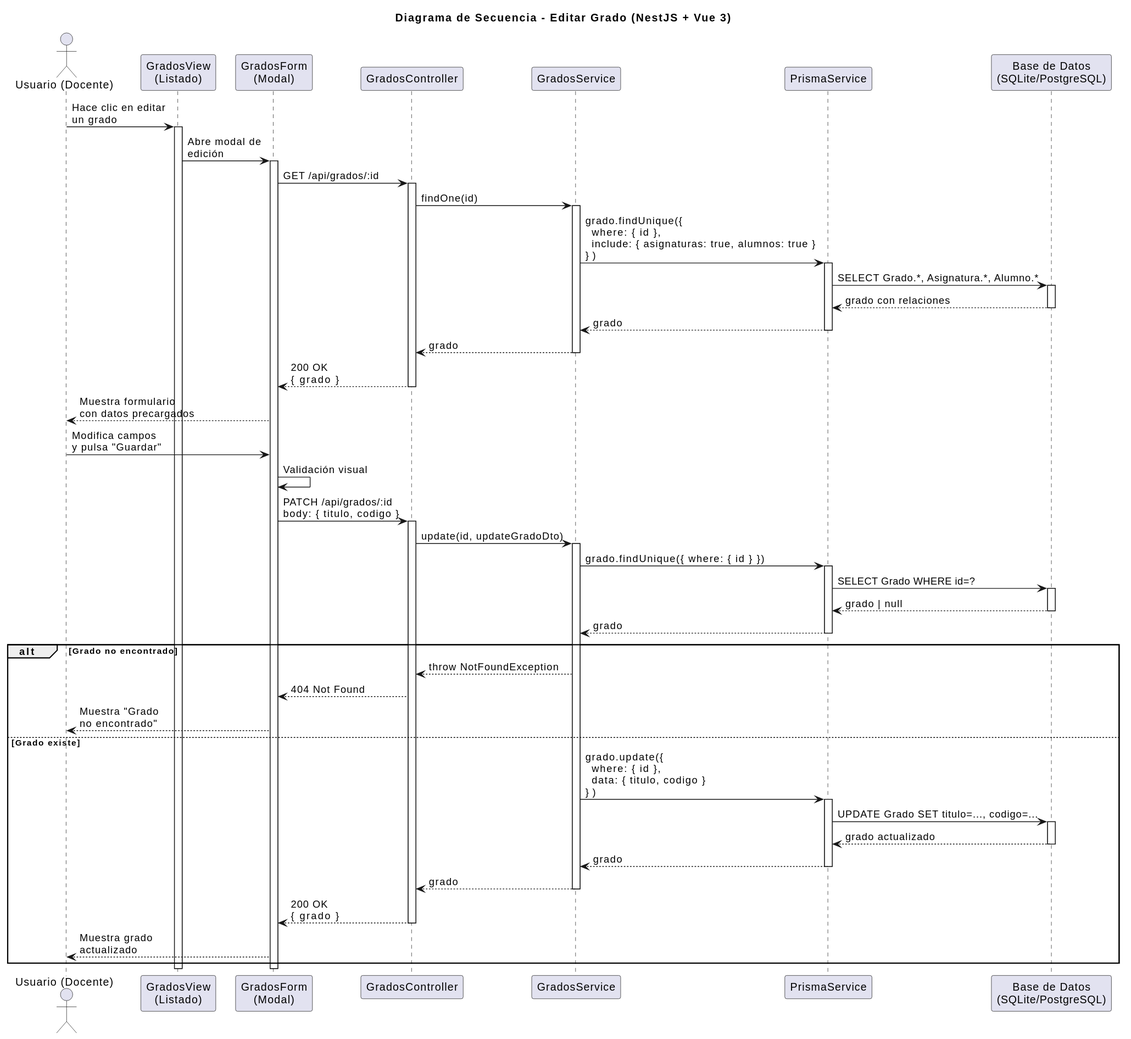
Earlier version of the PlantUML export images/diseño/editarGrado/secuencia.svg (marcosgutierrez6/25-26-idsw2-sdVC).
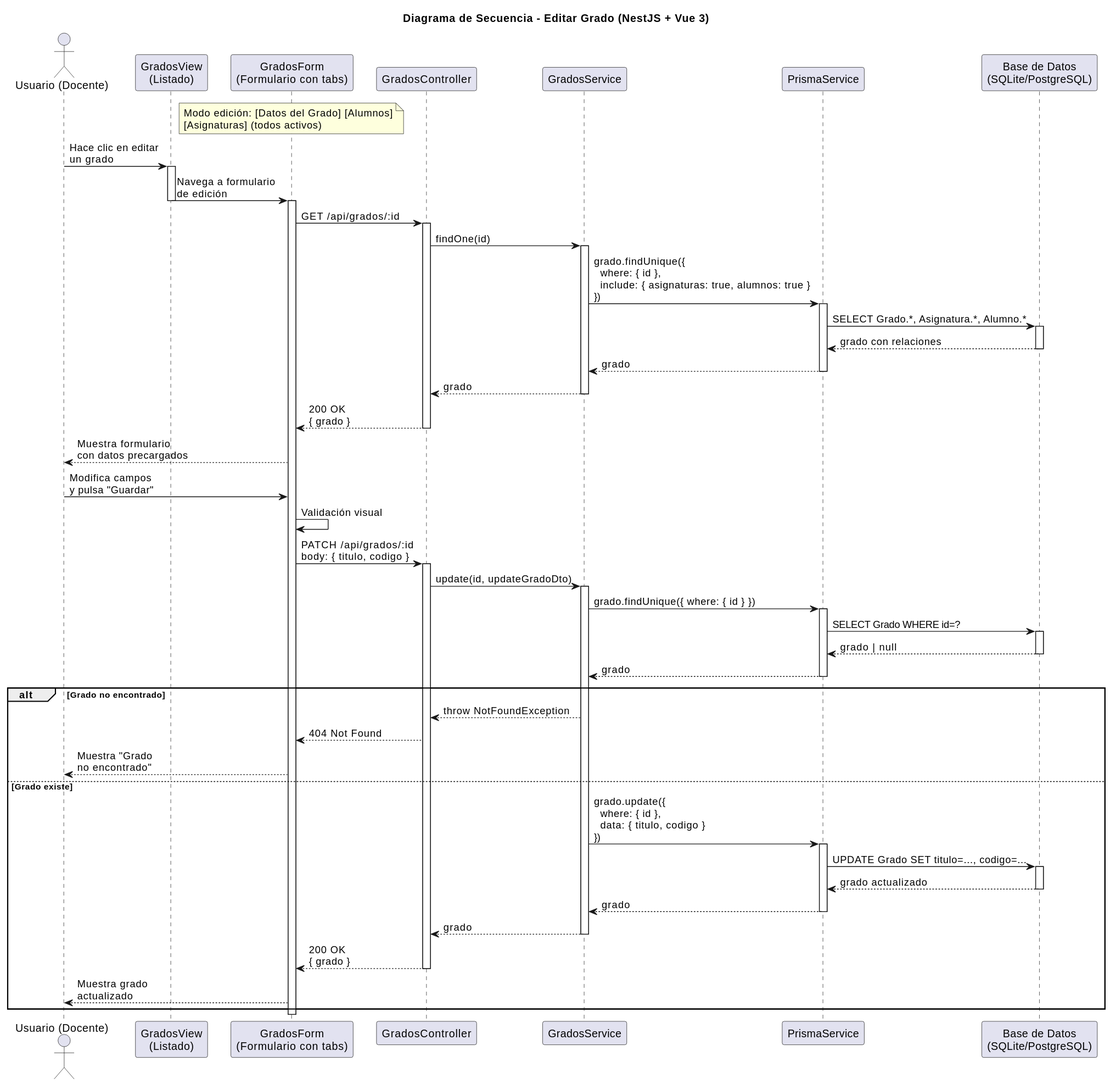
After the change.

Change to the diagram source:
```diff
@@ -3,16 +3,19 @@
 
 actor "Usuario (Docente)" as User
 participant "GradosView\n(Listado)" as List
-participant "GradosForm\n(Modal)" as Form
+participant "GradosForm\n(Formulario con tabs)" as Form
 participant "GradosController" as Controller
 participant "GradosService" as Service
 participant "PrismaService" as Prisma
 participant "Base de Datos\n(SQLite/PostgreSQL)" as DB
 
+note over Form : Modo edición: [Datos del Grado] [Alumnos]\n[Asignaturas] (todos activos)
+
 User -> List: Hace clic en editar\nun grado
 activate List
 
-List -> Form: Abre modal de\nedición
+List -> Form: Navega a formulario\nde edición
+deactivate List
 activate Form
 
 Form -> Controller: GET /api/grados/:id
@@ -73,5 +76,4 @@
 end
 
 deactivate Form
-deactivate List
 @enduml
```
